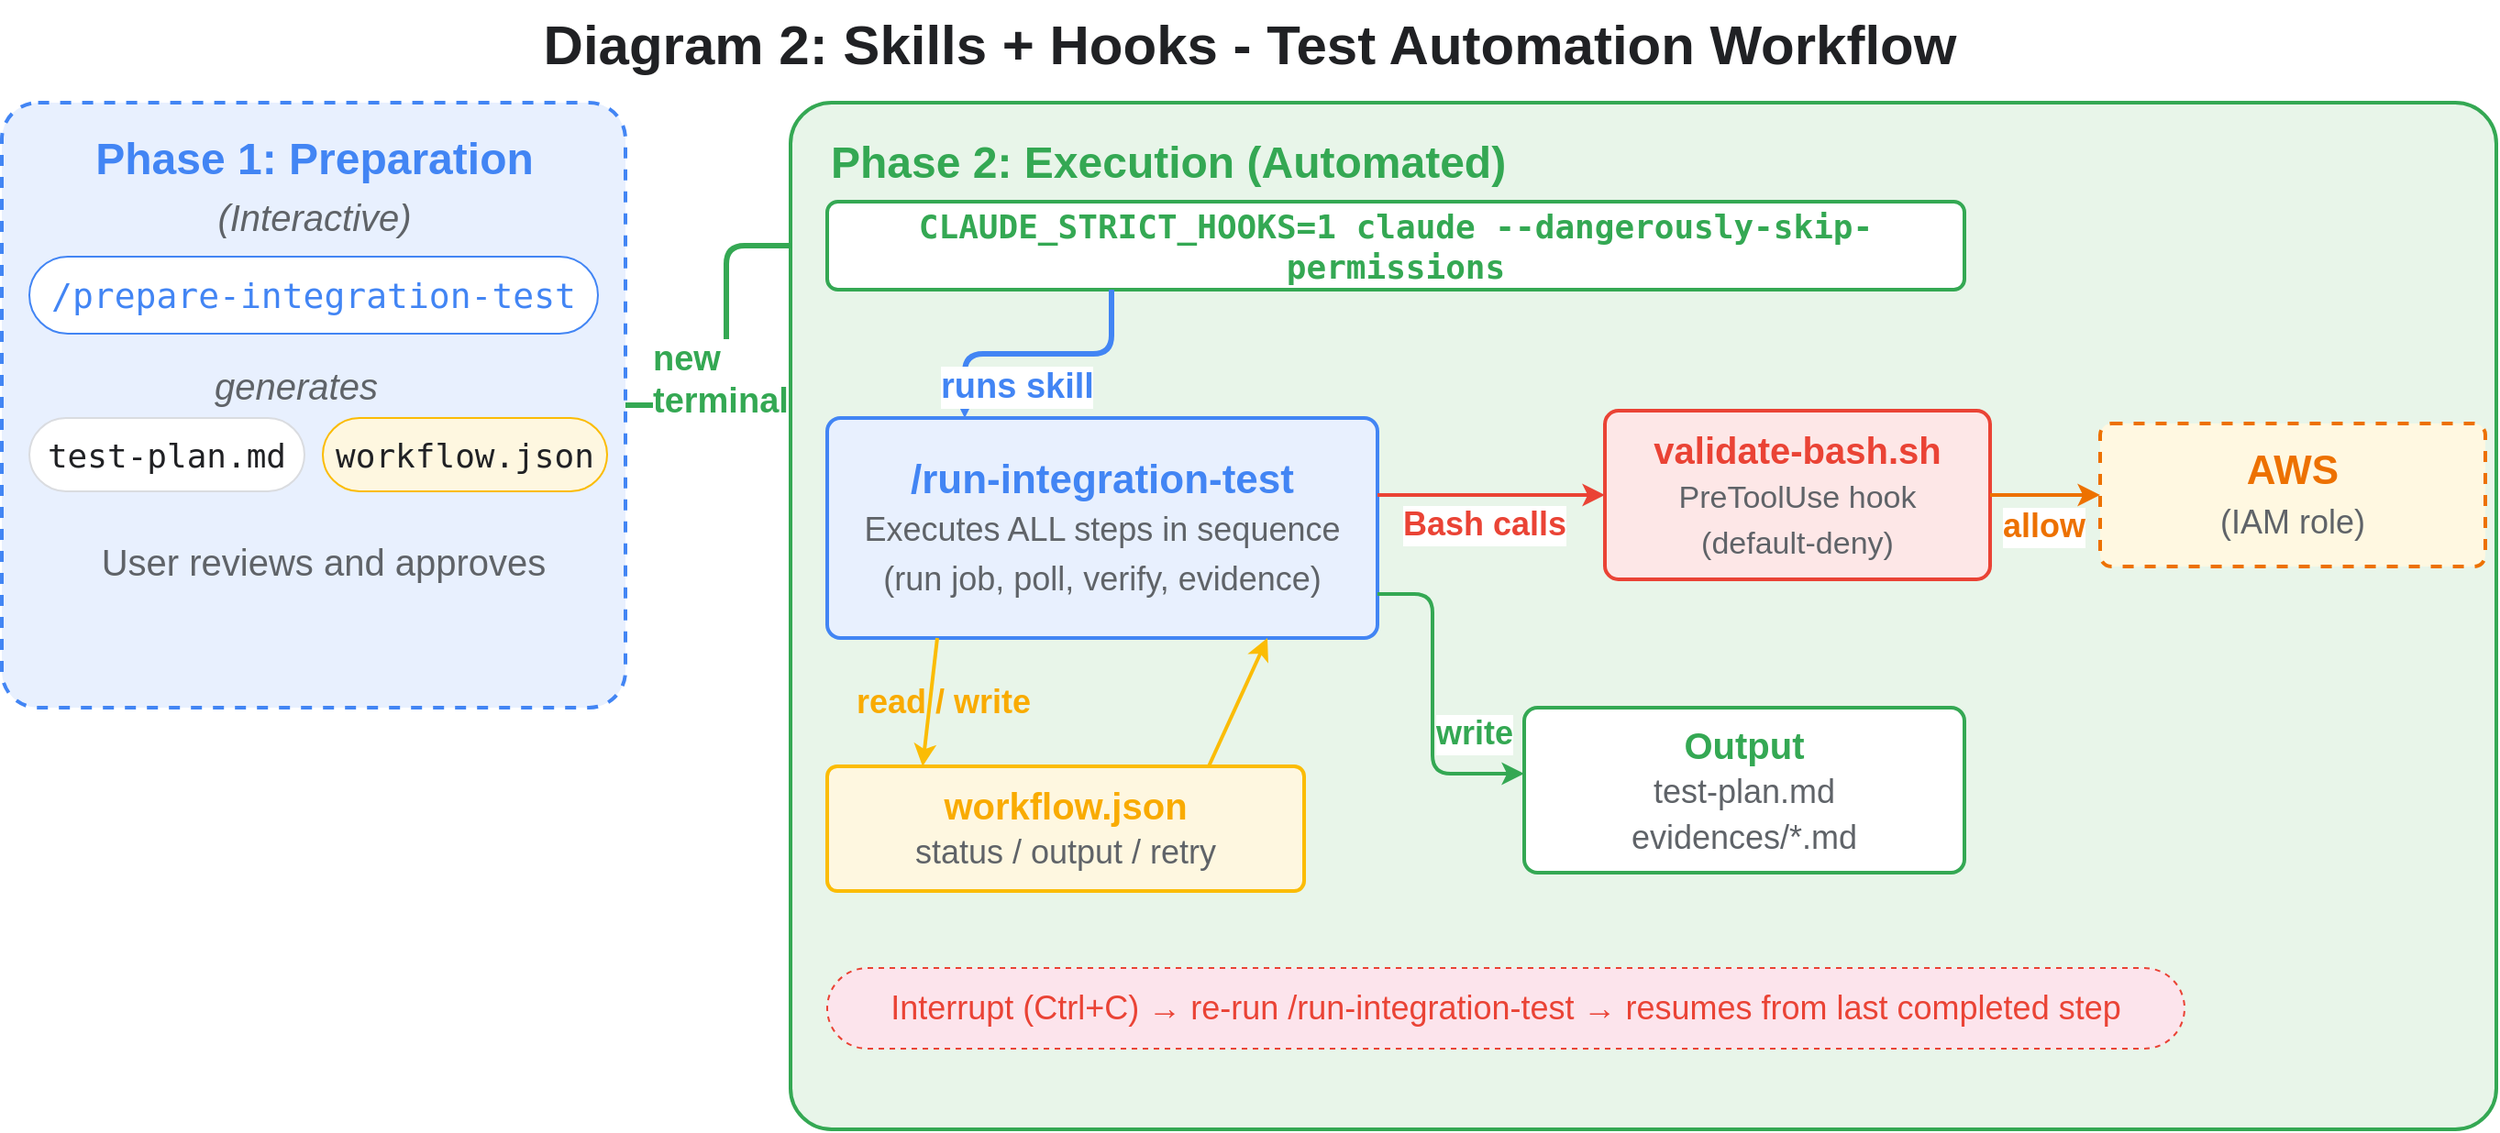
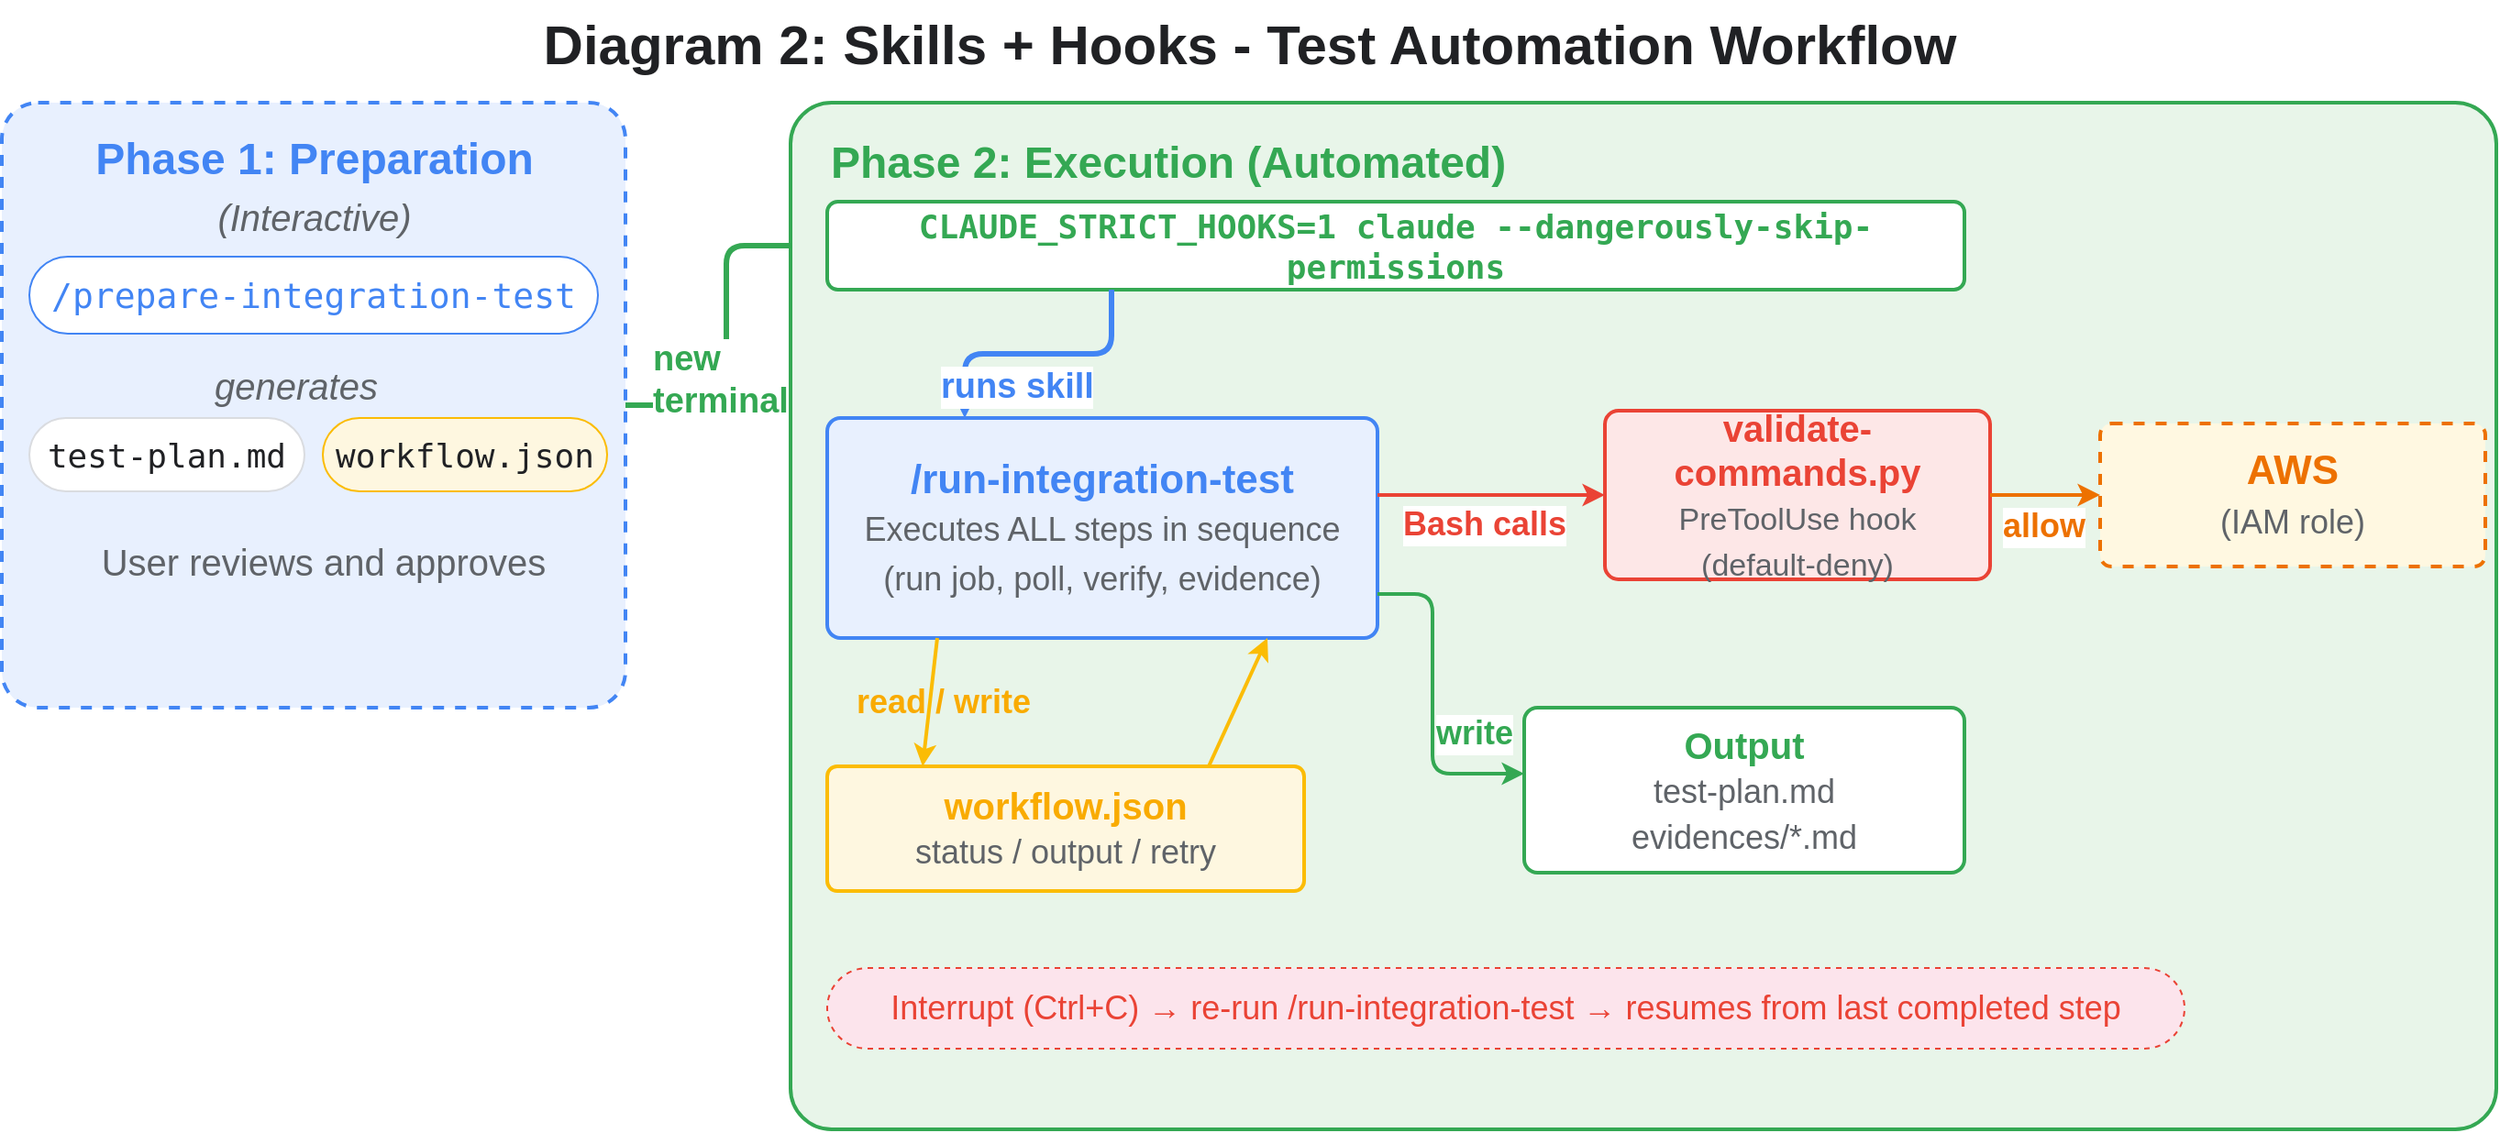
<mxfile host="65bd71144e">
    <diagram id="diagram-2" name="Skills + Hooks - Test Automation">
-         <mxGraphModel dx="973" dy="544" grid="0" gridSize="10" guides="1" tooltips="1" connect="1" arrows="1" fold="1" page="1" pageScale="1" pageWidth="1600" pageHeight="700" math="0" shadow="0">
+         <mxGraphModel dx="1240" dy="575" grid="0" gridSize="10" guides="1" tooltips="1" connect="1" arrows="1" fold="1" page="1" pageScale="1" pageWidth="1600" pageHeight="700" math="0" shadow="0">
            <root>
                <mxCell id="0"/>
                <mxCell id="1" parent="0"/>
                <mxCell id="title" value="Diagram 2: Skills + Hooks - Test Automation Workflow" style="text;html=1;fontSize=30;fontStyle=1;fontColor=#202124;align=center;" parent="1" vertex="1">
                    <mxGeometry x="250" y="12" width="900" height="44" as="geometry"/>
                </mxCell>
                <mxCell id="p1_box" value="" style="rounded=1;whiteSpace=wrap;html=1;fillColor=#E8F0FE;strokeColor=#4285F4;strokeWidth=2;arcSize=6;dashed=1;" parent="1" vertex="1">
                    <mxGeometry x="20" y="68" width="340" height="330" as="geometry"/>
                </mxCell>
                <mxCell id="p1_label" value="Phase 1: Preparation" style="text;html=1;fontSize=24;fontStyle=1;fontColor=#4285F4;align=center;" parent="1" vertex="1">
                    <mxGeometry x="30" y="78" width="320" height="34" as="geometry"/>
                </mxCell>
                <mxCell id="p1_mode" value="(Interactive)" style="text;html=1;fontSize=20;fontColor=#5F6368;fontStyle=2;align=center;" parent="1" vertex="1">
                    <mxGeometry x="30" y="112" width="320" height="28" as="geometry"/>
                </mxCell>
                <mxCell id="p1_skill" value="/prepare-integration-test" style="rounded=1;whiteSpace=wrap;html=1;fillColor=#FFFFFF;strokeColor=#4285F4;fontSize=19;fontColor=#4285F4;fontFamily=monospace;arcSize=50;" parent="1" vertex="1">
                    <mxGeometry x="35" y="152" width="310" height="42" as="geometry"/>
                </mxCell>
                <mxCell id="p1_arrow_label" value="generates" style="text;html=1;fontSize=20;fontColor=#5F6368;fontStyle=2;align=center;" parent="1" vertex="1">
                    <mxGeometry x="80" y="204" width="200" height="26" as="geometry"/>
                </mxCell>
                <mxCell id="p1_out1" value="test-plan.md" style="rounded=1;whiteSpace=wrap;html=1;fillColor=#FFFFFF;strokeColor=#DADCE0;fontSize=18;fontColor=#202124;fontFamily=monospace;arcSize=50;" parent="1" vertex="1">
                    <mxGeometry x="35" y="240" width="150" height="40" as="geometry"/>
                </mxCell>
                <mxCell id="p1_out2" value="workflow.json" style="rounded=1;whiteSpace=wrap;html=1;fillColor=#FEF7E0;strokeColor=#FBBC05;fontSize=18;fontColor=#202124;fontFamily=monospace;arcSize=50;" parent="1" vertex="1">
                    <mxGeometry x="195" y="240" width="155" height="40" as="geometry"/>
                </mxCell>
                <mxCell id="p1_approve" value="User reviews and approves" style="text;html=1;fontSize=20;fontColor=#5F6368;align=center;" parent="1" vertex="1">
                    <mxGeometry x="35" y="300" width="320" height="28" as="geometry"/>
                </mxCell>
                <mxCell id="a_phase" style="edgeStyle=orthogonalEdgeStyle;rounded=1;strokeColor=#34A853;strokeWidth=3;exitX=1;exitY=0.5;entryX=0;entryY=0.5;" parent="1" source="p1_box" target="session" edge="1">
                    <mxGeometry relative="1" as="geometry"/>
                </mxCell>
                <mxCell id="a_phase_label" value="new&lt;div&gt;terminal&lt;/div&gt;" style="edgeLabel;html=1;fontSize=19;fontColor=#34A853;fontStyle=1;labelBackgroundColor=#FFFFFF;" parent="a_phase" connectable="0" vertex="1">
                    <mxGeometry relative="1" as="geometry">
                        <mxPoint x="-42" as="offset"/>
                    </mxGeometry>
                </mxCell>
                <mxCell id="p2_box" value="" style="rounded=1;whiteSpace=wrap;html=1;fillColor=#E8F5E9;strokeColor=#34A853;strokeWidth=2;arcSize=4;" parent="1" vertex="1">
                    <mxGeometry x="450" y="68" width="930" height="560" as="geometry"/>
                </mxCell>
                <mxCell id="p2_label" value="Phase 2: Execution (Automated)" style="text;html=1;fontSize=24;fontStyle=1;fontColor=#34A853;align=left;" parent="1" vertex="1">
                    <mxGeometry x="470" y="80" width="440" height="34" as="geometry"/>
                </mxCell>
                <mxCell id="session" value="CLAUDE_STRICT_HOOKS=1 claude --dangerously-skip-permissions" style="rounded=1;whiteSpace=wrap;html=1;fillColor=#FFFFFF;strokeColor=#34A853;strokeWidth=2;fontSize=18;fontColor=#34A853;fontFamily=monospace;fontStyle=1;arcSize=12;" parent="1" vertex="1">
                    <mxGeometry x="470" y="122" width="620" height="48" as="geometry"/>
                </mxCell>
                <mxCell id="a_invoke" style="edgeStyle=orthogonalEdgeStyle;rounded=1;strokeColor=#4285F4;strokeWidth=3;exitX=0.25;exitY=1;entryX=0.25;entryY=0;" parent="1" source="session" target="skill" edge="1">
                    <mxGeometry relative="1" as="geometry"/>
                </mxCell>
                <mxCell id="a_invoke_label" value="runs skill" style="edgeLabel;html=1;fontSize=19;fontColor=#4285F4;fontStyle=1;labelBackgroundColor=#FFFFFF;" parent="a_invoke" connectable="0" vertex="1">
                    <mxGeometry relative="1" as="geometry">
                        <mxPoint x="-55" as="offset"/>
                    </mxGeometry>
                </mxCell>
                <mxCell id="skill" value="/run-integration-test&lt;br&gt;&lt;font style=&quot;font-size:18px;font-weight:normal;color:#5F6368&quot;&gt;Executes ALL steps in sequence&lt;br&gt;(run job, poll, verify, evidence)&lt;/font&gt;" style="rounded=1;whiteSpace=wrap;html=1;fillColor=#E8F0FE;strokeColor=#4285F4;strokeWidth=2;fontSize=22;fontColor=#4285F4;fontStyle=1;arcSize=6;" parent="1" vertex="1">
                    <mxGeometry x="470" y="240" width="300" height="120" as="geometry"/>
                </mxCell>
                <mxCell id="wf" value="workflow.json&lt;br&gt;&lt;font style=&quot;font-size:18px;font-weight:normal;color:#5F6368&quot;&gt;status / output / retry&lt;/font&gt;" style="rounded=1;whiteSpace=wrap;html=1;fillColor=#FEF7E0;strokeColor=#FBBC05;strokeWidth=2;fontSize=20;fontColor=#F9AB00;fontStyle=1;arcSize=8;" parent="1" vertex="1">
                    <mxGeometry x="470" y="430" width="260" height="68" as="geometry"/>
                </mxCell>
                <mxCell id="a_wf_down" style="rounded=1;strokeColor=#FBBC05;strokeWidth=2;exitX=0.2;exitY=1;entryX=0.2;entryY=0;" parent="1" source="skill" target="wf" edge="1">
                    <mxGeometry relative="1" as="geometry"/>
                </mxCell>
                <mxCell id="a_wf_up" style="rounded=1;strokeColor=#FBBC05;strokeWidth=2;exitX=0.8;exitY=0;entryX=0.8;entryY=1;" parent="1" source="wf" target="skill" edge="1">
                    <mxGeometry relative="1" as="geometry"/>
                </mxCell>
                <mxCell id="a_wf_label" value="read / write" style="text;html=1;fontSize=18;fontColor=#F9AB00;fontStyle=1;align=center;" parent="1" vertex="1">
                    <mxGeometry x="473" y="378" width="120" height="28" as="geometry"/>
                </mxCell>
-                 <mxCell id="hooks" value="validate-bash.sh&lt;br&gt;&lt;font style=&quot;font-size:17px;font-weight:normal;color:#5F6368&quot;&gt;PreToolUse hook&lt;br&gt;(default-deny)&lt;/font&gt;" style="rounded=1;whiteSpace=wrap;html=1;fillColor=#FDE7E7;strokeColor=#EA4335;strokeWidth=2;fontSize=20;fontColor=#EA4335;fontStyle=1;arcSize=8;" parent="1" vertex="1">
+                 <mxCell id="hooks" value="validate-commands.py&lt;br&gt;&lt;font style=&quot;font-weight: normal; font-size: 17px; color: rgb(95, 99, 104);&quot;&gt;PreToolUse hook&lt;br&gt;(default-deny)&lt;/font&gt;" style="rounded=1;whiteSpace=wrap;html=1;fillColor=#FDE7E7;strokeColor=#EA4335;strokeWidth=2;fontSize=20;fontColor=#EA4335;fontStyle=1;arcSize=8;" parent="1" vertex="1">
                    <mxGeometry x="894" y="236" width="210" height="92" as="geometry"/>
                </mxCell>
                <mxCell id="a_hooks" style="edgeStyle=orthogonalEdgeStyle;rounded=1;strokeColor=#EA4335;strokeWidth=2;exitX=1;exitY=0.35;entryX=0;entryY=0.5;" parent="1" source="skill" target="hooks" edge="1">
                    <mxGeometry relative="1" as="geometry"/>
                </mxCell>
                <mxCell id="a_hooks_label" value="Bash calls" style="edgeLabel;html=1;fontSize=18;fontColor=#EA4335;fontStyle=1;labelBackgroundColor=#FFFFFF;" parent="a_hooks" connectable="0" vertex="1">
                    <mxGeometry relative="1" as="geometry">
                        <mxPoint x="-50" y="-1" as="offset"/>
                    </mxGeometry>
                </mxCell>
                <mxCell id="aws" value="AWS&lt;br&gt;&lt;font style=&quot;font-size:18px;font-weight:normal;color:#5F6368&quot;&gt;(IAM role)&lt;/font&gt;" style="rounded=1;whiteSpace=wrap;html=1;fillColor=#FFF8E1;strokeColor=#ED7100;strokeWidth=2;fontSize=22;fontColor=#ED7100;fontStyle=1;arcSize=8;dashed=1;" parent="1" vertex="1">
                    <mxGeometry x="1164" y="243" width="210" height="78" as="geometry"/>
                </mxCell>
                <mxCell id="a_aws" style="edgeStyle=orthogonalEdgeStyle;rounded=1;strokeColor=#ED7100;strokeWidth=2;exitX=1;exitY=0.5;entryX=0;entryY=0.5;" parent="1" source="hooks" target="aws" edge="1">
                    <mxGeometry relative="1" as="geometry"/>
                </mxCell>
                <mxCell id="a_aws_label" value="allow" style="edgeLabel;html=1;fontSize=18;fontColor=#ED7100;fontStyle=1;labelBackgroundColor=#FFFFFF;" parent="a_aws" connectable="0" vertex="1">
                    <mxGeometry relative="1" as="geometry">
                        <mxPoint x="-25" as="offset"/>
                    </mxGeometry>
                </mxCell>
                <mxCell id="out" value="Output&lt;br&gt;&lt;font style=&quot;font-size:18px;font-weight:normal;color:#5F6368&quot;&gt;test-plan.md&lt;br&gt;evidences/*.md&lt;/font&gt;" style="rounded=1;whiteSpace=wrap;html=1;fillColor=#FFFFFF;strokeColor=#34A853;strokeWidth=2;fontSize=20;fontColor=#34A853;fontStyle=1;arcSize=8;" parent="1" vertex="1">
                    <mxGeometry x="850" y="398" width="240" height="90" as="geometry"/>
                </mxCell>
                <mxCell id="a_out" style="edgeStyle=orthogonalEdgeStyle;rounded=1;strokeColor=#34A853;strokeWidth=2;exitX=1;exitY=0.8;entryX=0;entryY=0.4;" parent="1" source="skill" target="out" edge="1">
                    <mxGeometry relative="1" as="geometry">
                        <Array as="points">
                            <mxPoint x="800" y="336"/>
                            <mxPoint x="800" y="434"/>
                        </Array>
                    </mxGeometry>
                </mxCell>
                <mxCell id="a_out_label" value="write" style="edgeLabel;html=1;fontSize=18;fontColor=#34A853;fontStyle=1;labelBackgroundColor=#FFFFFF;" parent="a_out" connectable="0" vertex="1">
                    <mxGeometry relative="1" as="geometry"/>
                </mxCell>
                <mxCell id="resume" value="Interrupt (Ctrl+C) &amp;rarr; re-run /run-integration-test &amp;rarr; resumes from last completed step" style="rounded=1;whiteSpace=wrap;html=1;fillColor=#FCE4EC;strokeColor=#EA4335;strokeWidth=1;fontSize=18;fontColor=#EA4335;arcSize=50;dashed=1;" parent="1" vertex="1">
                    <mxGeometry x="470" y="540" width="740" height="44" as="geometry"/>
                </mxCell>
            </root>
        </mxGraphModel>
    </diagram>
</mxfile>
